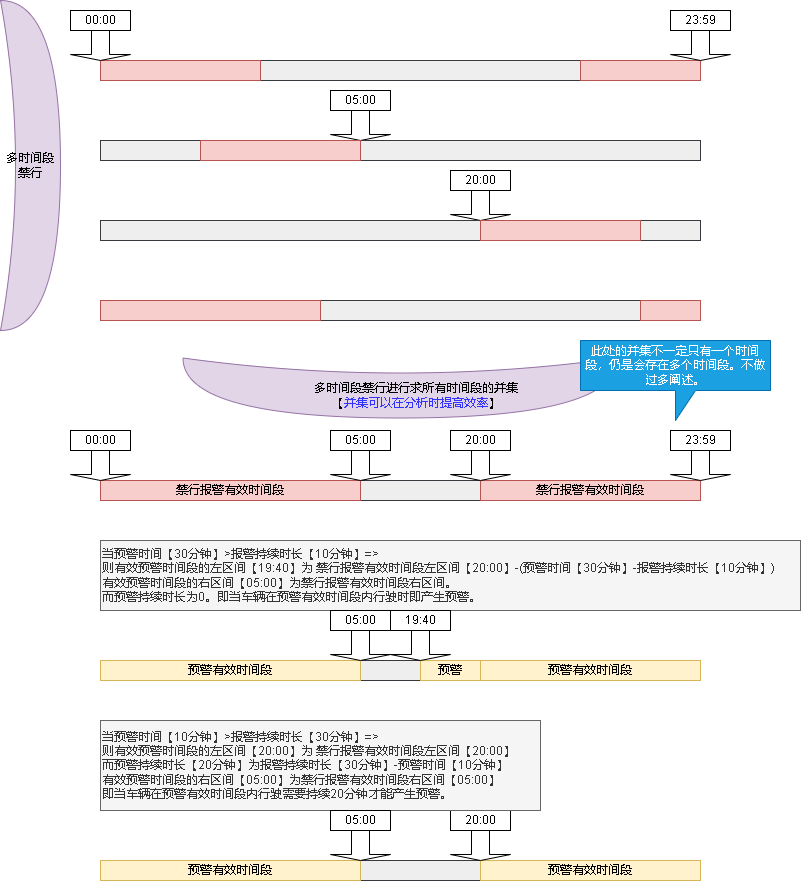
Before: 禁行.drawio.png, a diagram exported from draw.io (xktder/draw). Source tidied: cells renumbered, new cells last; positions are measured from the earlier drawing's top-left corner, leaving out a move shared by most shapes.
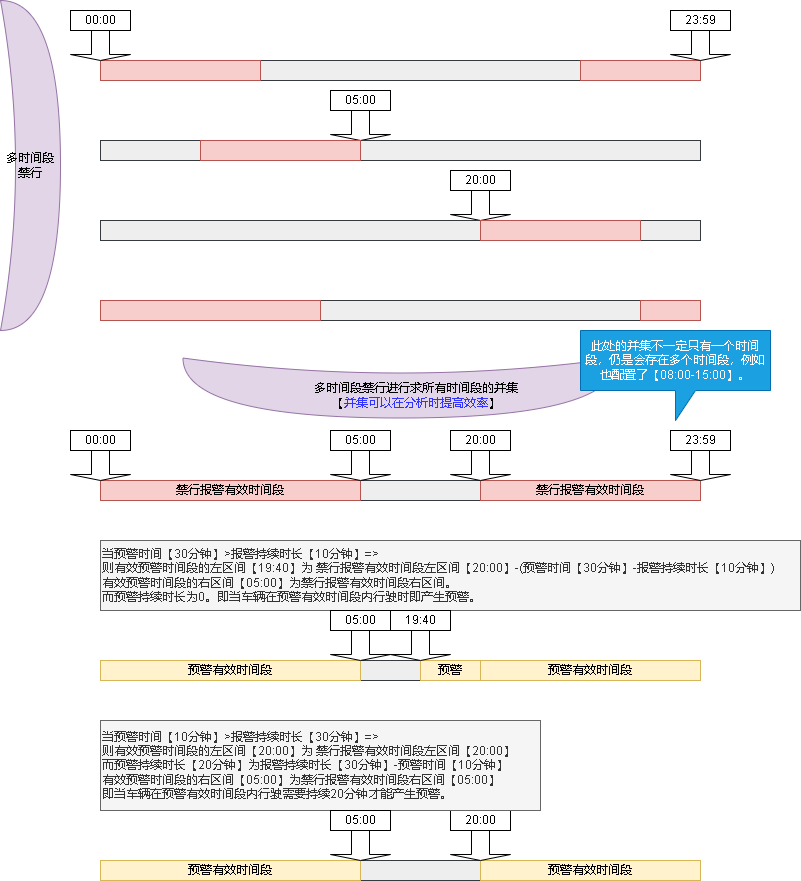
After the commit.

The edit, as a diff of the source:
```diff
@@ -149,8 +149,8 @@
     <mxCell id="50" value="05:00" style="rounded=0;whiteSpace=wrap;html=1;" parent="1" vertex="1">
       <mxGeometry x="330" y="610" width="60" height="20" as="geometry" />
     </mxCell>
-    <mxCell id="51" value="此处的并集不一定只有一个时间段，仍是会存在多个时间段。不做过多阐述。" style="shape=callout;whiteSpace=wrap;html=1;perimeter=calloutPerimeter;fillColor=#1ba1e2;fontColor=#ffffff;strokeColor=#006EAF;" parent="1" vertex="1">
-      <mxGeometry x="580" y="340" width="190" height="80" as="geometry" />
+    <mxCell id="51" value="此处的并集不一定只有一个时间段，仍是会存在多个时间段，例如也配置了【08:00-15:00】。" style="shape=callout;whiteSpace=wrap;html=1;perimeter=calloutPerimeter;fillColor=#1ba1e2;fontColor=#ffffff;strokeColor=#006EAF;" parent="1" vertex="1">
+      <mxGeometry x="580" y="330" width="190" height="90" as="geometry" />
     </mxCell>
   </root>
 </mxGraphModel>
```
